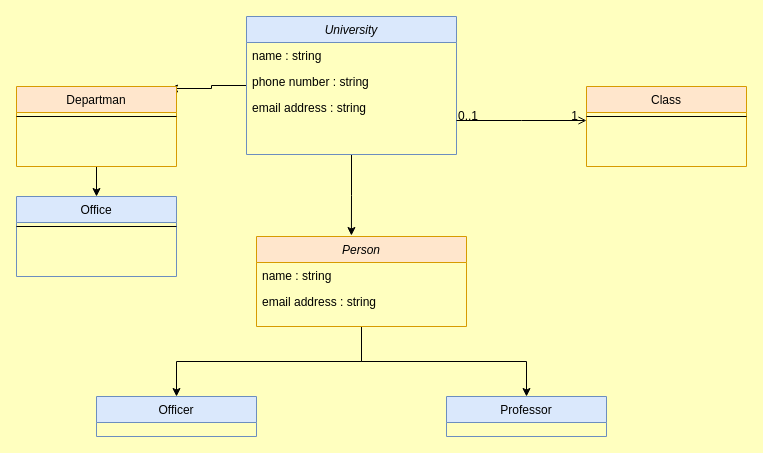
Earlier version of the draw.io diagram Başlıksız Diyagram.drawio (zehraCoskun/oop-odevleri). Source tidied: cells renumbered, new cells numbered last; positions are measured from the earlier drawing's top-left corner, leaving out a move shared by most shapes. Both pictures are drawn from the tidied source at 100%, with x=0, y=0 at pixel (16, 16).
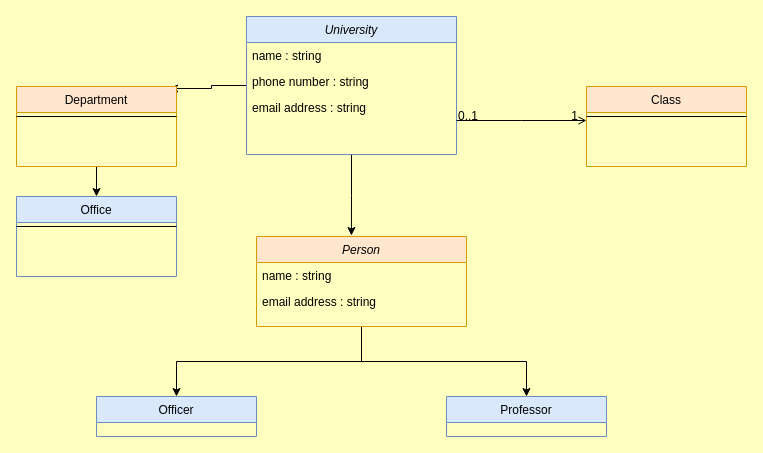
After the change.

Commit message:
University System

Diff of the diagram source:
```diff
@@
-    <mxCell id="21" value="Departman" style="swimlane;fontStyle=0;align=center;verticalAlign=top;horizontal=1;startSize=26;rounded=0;shadow=0;strokeWidth=1;fillColor=#ffe6cc;strokeColor=#d79b00;" parent="1" vertex="1">
+    <mxCell id="21" value="Department&#10;" style="swimlane;fontStyle=0;align=center;verticalAlign=top;horizontal=1;startSize=26;rounded=0;shadow=0;strokeWidth=1;fillColor=#ffe6cc;strokeColor=#d79b00;" parent="1" vertex="1">
       <mxGeometry y="70" width="160" height="80" as="geometry" />
     </mxCell>
```
